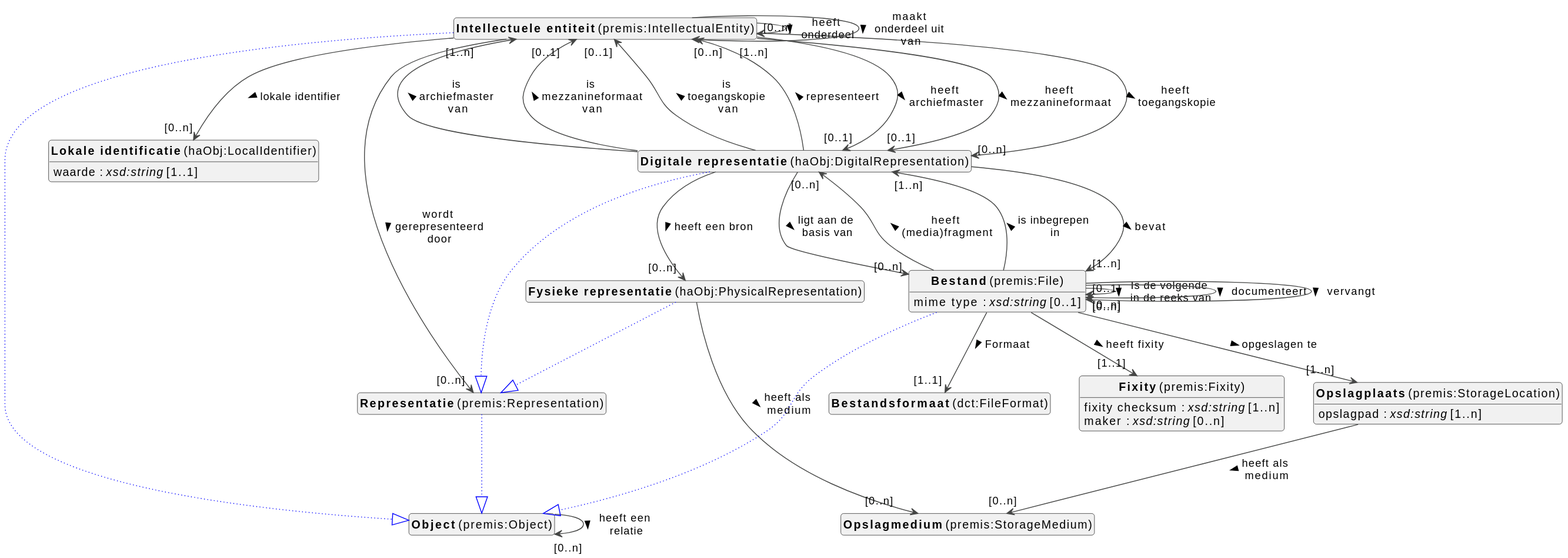
Above: docs/metadata/modellen/object-diagram.svg in viaacode/documentation-jekyll (PlantUML), before the change.
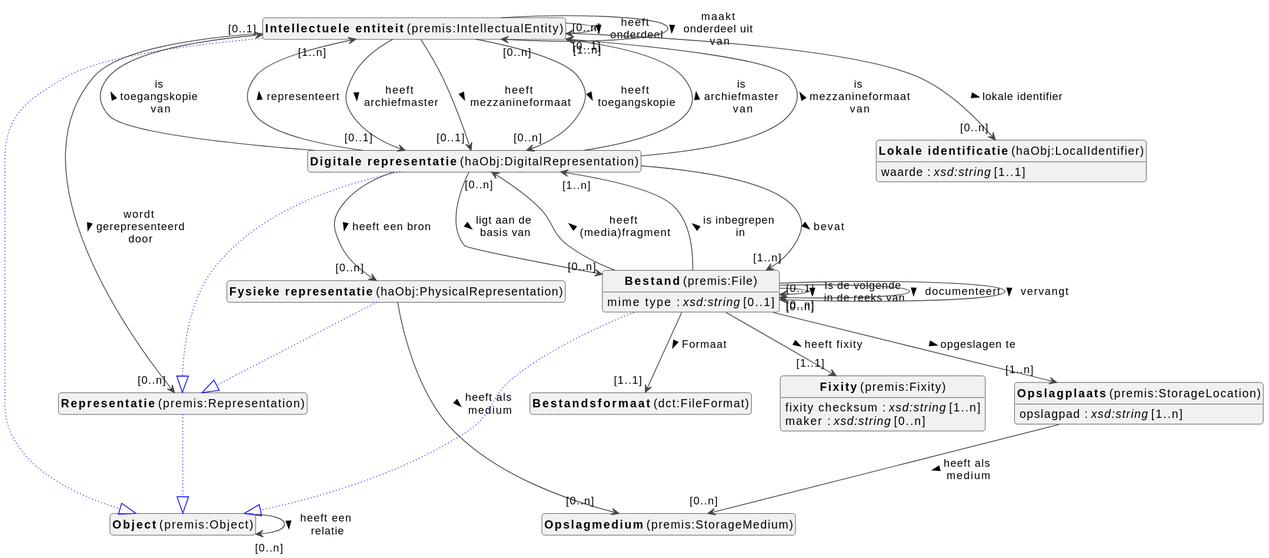
After the change.

Commit message:
Update diagram labels in datamodel docs

Change to the diagram source:
```diff
@@ -10,15 +10,20 @@
 
 class "<b>Object</b> (premis:Object)" as premis_Object [[#premis%3AObject]]
 class "<b>Intellectuele entiteit</b> (premis:IntellectualEntity)" as premis_IntellectualEntity [[#premis%3AIntellectualEntity]]
+class "<b>Object</b> (premis:Object)" as premis_Object [[#premis%3AObject]]
 class "<b>Fysieke representatie</b> (haObj:PhysicalRepresentation)" as haObj_PhysicalRepresentation [[#haObj%3APhysicalRepresentation]]
+class "<b>Representatie</b> (premis:Representation)" as premis_Representation [[#premis%3ARepresentation]]
 class "<b>Digitale representatie</b> (haObj:DigitalRepresentation)" as haObj_DigitalRepresentation [[#haObj%3ADigitalRepresentation]]
+class "<b>Representatie</b> (premis:Representation)" as premis_Representation [[#premis%3ARepresentation]]
 class "<b>Bestand</b> (premis:File)" as premis_File [[#premis%3AFile]]
+class "<b>Object</b> (premis:Object)" as premis_Object [[#premis%3AObject]]
 class "<b>Fixity</b> (premis:Fixity)" as premis_Fixity [[#premis%3AFixity]]
 class "<b>Opslagplaats</b> (premis:StorageLocation)" as premis_StorageLocation [[#premis%3AStorageLocation]]
 class "<b>Lokale identificatie</b> (haObj:LocalIdentifier)" as haObj_LocalIdentifier [[#haObj%3ALocalIdentifier]]
 class "<b>Opslagmedium</b> (premis:StorageMedium)" as premis_StorageMedium [[#premis%3AStorageMedium]]
+class "<b>Representatie</b> (premis:Representation)" as premis_Representation [[#premis%3ARepresentation]]
+class "<b>Object</b> (premis:Object)" as premis_Object [[#premis%3AObject]]
 class "<b>Bestandsformaat</b> (dct:FileFormat)" as dct_FileFormat [[#dct%3AFileFormat]]
-class "<b>Representatie</b> (premis:Representation)" as premis_Representation [[#premis%3ARepresentation]]
 
 
 
@@ -102,9 +107,9 @@
 
 
 
+premis_Representation --|> premis_Object #blue;line.dotted;text:blue
 
 
-premis_Representation --|> premis_Object #blue;line.dotted;text:blue
 
 
 
```
